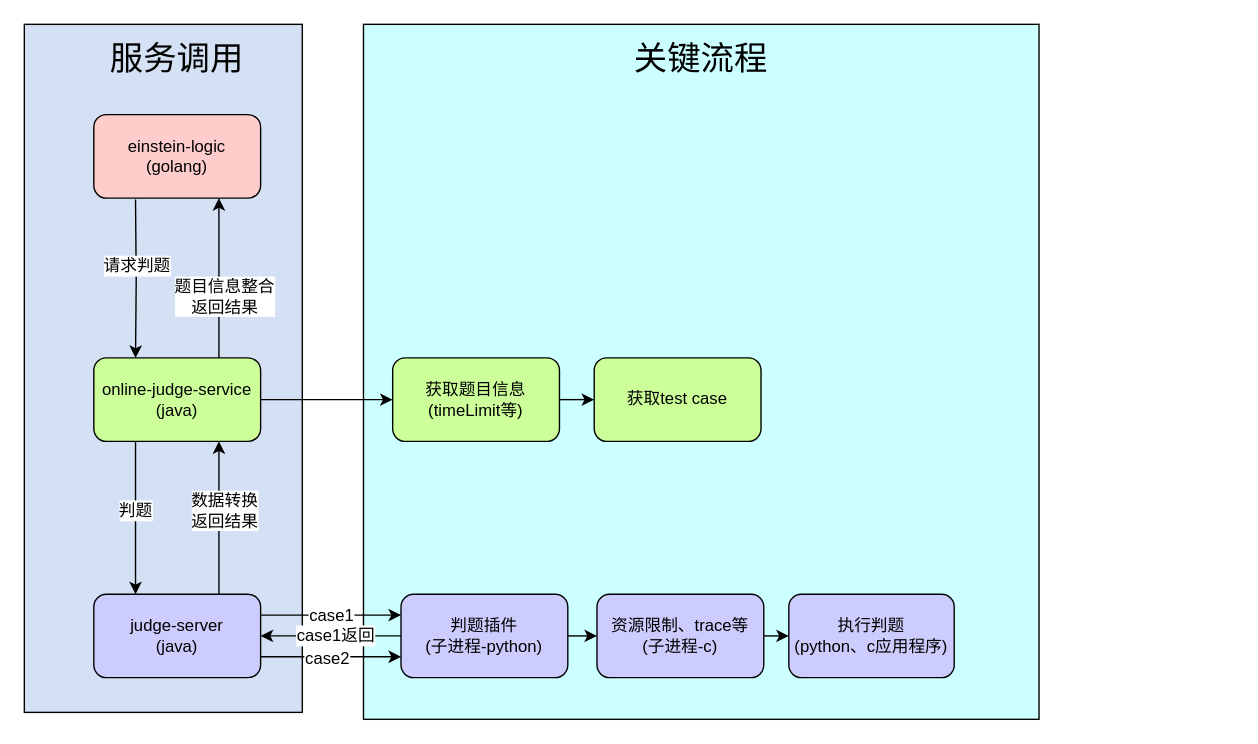
xiell2016/hetaoDesign keeps this draw.io diagram as 题库.drawio. Above is the earlier version. Source tidied: cells renumbered, new cells numbered last; positions are measured from the earlier drawing's top-left corner, leaving out a move shared by most shapes. Both pictures are drawn from the tidied source at 139%, with x=0, y=0 at pixel (24, 24).
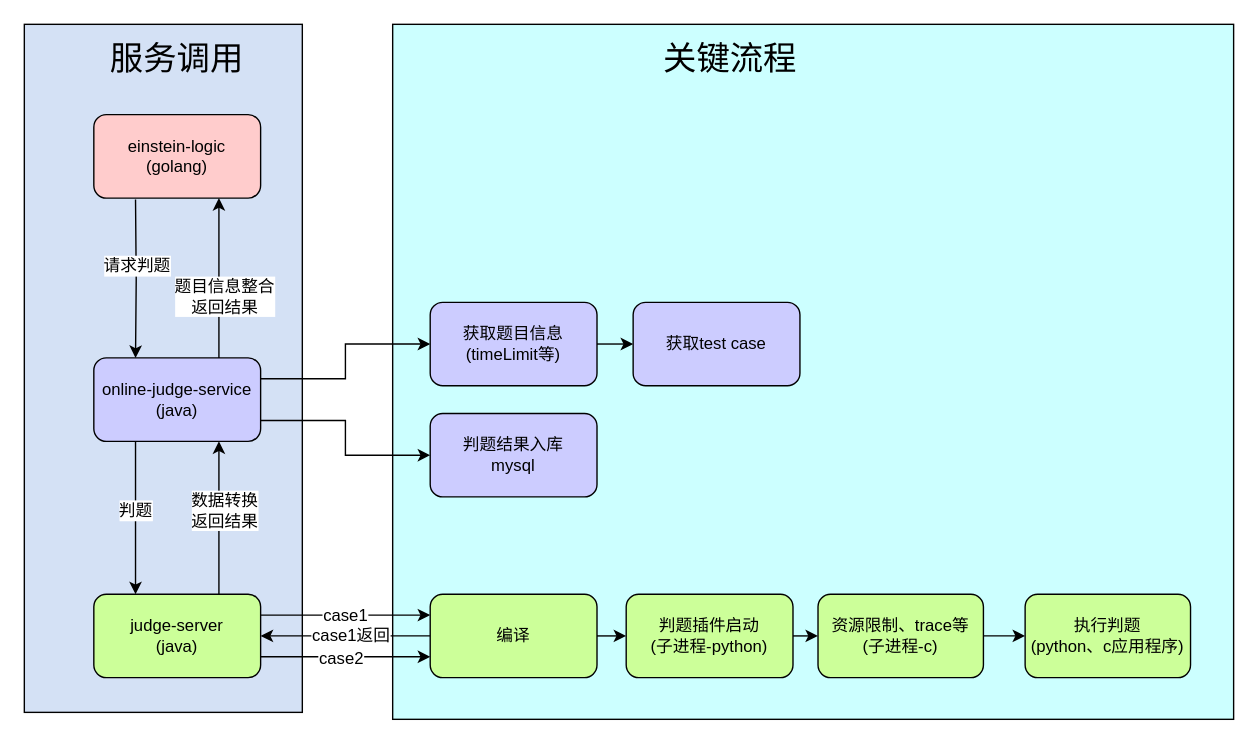
The same diagram, later.

What changed in the source:
```diff
@@
     <mxCell id="3" style="rounded=0;whiteSpace=wrap;html=1;fontFamily=Helvetica;fontSize=12;fillColor=#CCFFFF;" parent="1" vertex="1">
-      <mxGeometry x="244" width="486" height="500" as="geometry" />
+      <mxGeometry x="265" width="605" height="500" as="geometry" />
     </mxCell>
@@
-    <mxCell id="6" style="edgeStyle=orthogonalEdgeStyle;rounded=0;jettySize=auto;html=1;exitX=1;exitY=0.5;exitDx=0;exitDy=0;entryX=0;entryY=0.5;entryDx=0;entryDy=0;fontFamily=Helvetica;fontSize=12;" parent="1" edge="1" source="9" target="28">
+    <mxCell id="6" style="edgeStyle=orthogonalEdgeStyle;rounded=0;jettySize=auto;html=1;exitX=1;exitY=0.25;exitDx=0;exitDy=0;entryX=0;entryY=0.5;entryDx=0;entryDy=0;fontFamily=Helvetica;fontSize=12;" parent="1" edge="1" source="9" target="28">
       <mxGeometry relative="1" as="geometry" />
     </mxCell>
@@
+    <mxCell id="32" style="edgeStyle=orthogonalEdgeStyle;rounded=0;jettySize=auto;html=1;exitX=1;exitY=0.75;exitDx=0;exitDy=0;entryX=0;entryY=0.5;entryDx=0;entryDy=0;fontFamily=Helvetica;fontSize=24;" parent="1" edge="1" source="9" target="34">
+      <mxGeometry relative="1" as="geometry" />
+    </mxCell>
-    <mxCell id="9" value="online-judge-service&lt;br&gt;(java)" style="rounded=1;whiteSpace=wrap;html=1;fillColor=#CCFF99;" parent="1" vertex="1">
+    <mxCell id="9" value="online-judge-service&lt;br&gt;(java)" style="rounded=1;whiteSpace=wrap;html=1;fillColor=#CCCCFF;" parent="1" vertex="1">
       <mxGeometry x="50" y="240" width="120" height="60" as="geometry" />
     </mxCell>
@@
-    <mxCell id="16" value="judge-server&lt;br&gt;(java)" style="rounded=1;whiteSpace=wrap;html=1;fillColor=#CCCCFF;" parent="1" vertex="1">
+    <mxCell id="16" value="judge-server&lt;br&gt;(java)" style="rounded=1;whiteSpace=wrap;html=1;fillColor=#CCFF99;" parent="1" vertex="1">
       <mxGeometry x="50" y="410" width="120" height="60" as="geometry" />
     </mxCell>
@@
-    <mxCell id="22" value="判题插件&lt;br&gt;(子进程-python)" style="rounded=1;whiteSpace=wrap;html=1;fillColor=#CCCCFF;" parent="1" vertex="1">
-      <mxGeometry x="271" y="410" width="120" height="60" as="geometry" />
+    <mxCell id="22" value="编译" style="rounded=1;whiteSpace=wrap;html=1;fillColor=#CCFF99;" parent="1" vertex="1">
+      <mxGeometry x="292" y="410" width="120" height="60" as="geometry" />
     </mxCell>
@@
-    <mxCell id="25" value="资源限制、trace等&lt;br&gt;(子进程-c)" style="rounded=1;whiteSpace=wrap;html=1;fillColor=#CCCCFF;" parent="1" vertex="1">
-      <mxGeometry x="412" y="410" width="120" height="60" as="geometry" />
+    <mxCell id="25" value="判题插件启动&lt;br style=&quot;border-color: var(--border-color);&quot;&gt;(子进程-python)" style="rounded=1;whiteSpace=wrap;html=1;fillColor=#CCFF99;" parent="1" vertex="1">
+      <mxGeometry x="433" y="410" width="120" height="60" as="geometry" />
     </mxCell>
+    <mxCell id="33" style="edgeStyle=orthogonalEdgeStyle;rounded=0;jettySize=auto;html=1;fontFamily=Helvetica;fontSize=24;" parent="1" edge="1" source="26" target="35">
+      <mxGeometry relative="1" as="geometry" />
+    </mxCell>
-    <mxCell id="26" value="执行判题&lt;br&gt;(python、c应用程序)" style="rounded=1;whiteSpace=wrap;html=1;fillColor=#CCCCFF;" parent="1" vertex="1">
-      <mxGeometry x="550" y="410" width="119" height="60" as="geometry" />
+    <mxCell id="26" value="资源限制、trace等&lt;br style=&quot;border-color: var(--border-color);&quot;&gt;(子进程-c)" style="rounded=1;whiteSpace=wrap;html=1;fillColor=#CCFF99;" parent="1" vertex="1">
+      <mxGeometry x="571" y="410" width="119" height="60" as="geometry" />
     </mxCell>
@@
-    <mxCell id="28" value="获取题目信息&lt;br&gt;(timeLimit等)" style="rounded=1;whiteSpace=wrap;html=1;fillColor=#CCFF99;" parent="1" vertex="1">
-      <mxGeometry x="265" y="240" width="120" height="60" as="geometry" />
+    <mxCell id="28" value="获取题目信息&lt;br&gt;(timeLimit等)" style="rounded=1;whiteSpace=wrap;html=1;fillColor=#CCCCFF;" parent="1" vertex="1">
+      <mxGeometry x="292" y="200" width="120" height="60" as="geometry" />
     </mxCell>
-    <mxCell id="29" value="获取test case" style="rounded=1;whiteSpace=wrap;html=1;fillColor=#CCFF99;" parent="1" vertex="1">
-      <mxGeometry x="410" y="240" width="120" height="60" as="geometry" />
+    <mxCell id="29" value="获取test case" style="rounded=1;whiteSpace=wrap;html=1;fillColor=#CCCCFF;" parent="1" vertex="1">
+      <mxGeometry x="438" y="200" width="120" height="60" as="geometry" />
     </mxCell>
@@
     <mxCell id="31" value="&lt;span style=&quot;font-size: 24px;&quot;&gt;关键流程&lt;/span&gt;" style="text;html=1;strokeColor=none;fillColor=none;align=center;verticalAlign=middle;whiteSpace=wrap;rounded=0;fontSize=12;fontFamily=Helvetica;" parent="1" vertex="1">
-      <mxGeometry x="437" y="10" width="100" height="30" as="geometry" />
+      <mxGeometry x="458" y="10" width="100" height="30" as="geometry" />
     </mxCell>
+    <mxCell id="34" value="判题结果入库&lt;br&gt;mysql" style="rounded=1;whiteSpace=wrap;html=1;fillColor=#CCCCFF;" parent="1" vertex="1">
+      <mxGeometry x="292" y="280" width="120" height="60" as="geometry" />
+    </mxCell>
+    <mxCell id="35" value="执行判题&lt;br&gt;(python、c应用程序)" style="rounded=1;whiteSpace=wrap;html=1;fillColor=#CCFF99;" parent="1" vertex="1">
+      <mxGeometry x="720" y="410" width="119" height="60" as="geometry" />
+    </mxCell>
```
